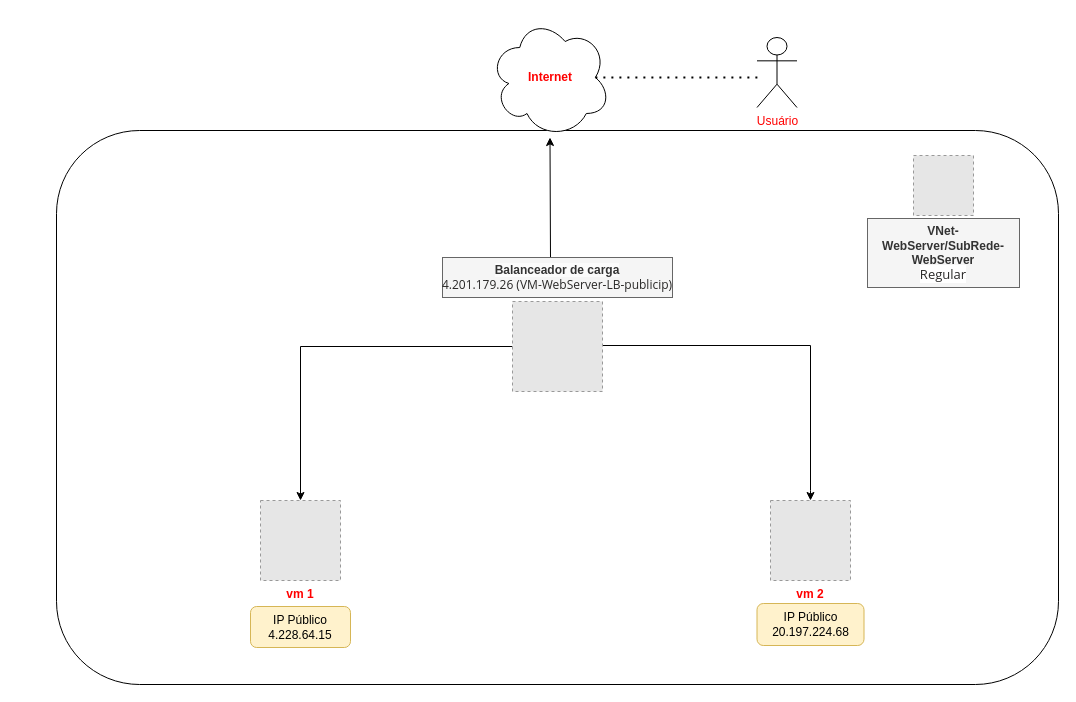
The draw.io diagram vms.drawio in gabponch/vms, before the edit. Source tidied: cells renumbered, new cells numbered last; positions are measured from the earlier drawing's top-left corner, leaving out a move shared by most shapes. Both pictures are drawn from the tidied source at 100%, with x=0, y=0 at pixel (56, 17). Pictures stored in the file or linked from it are replaced by grey dashed boxes.
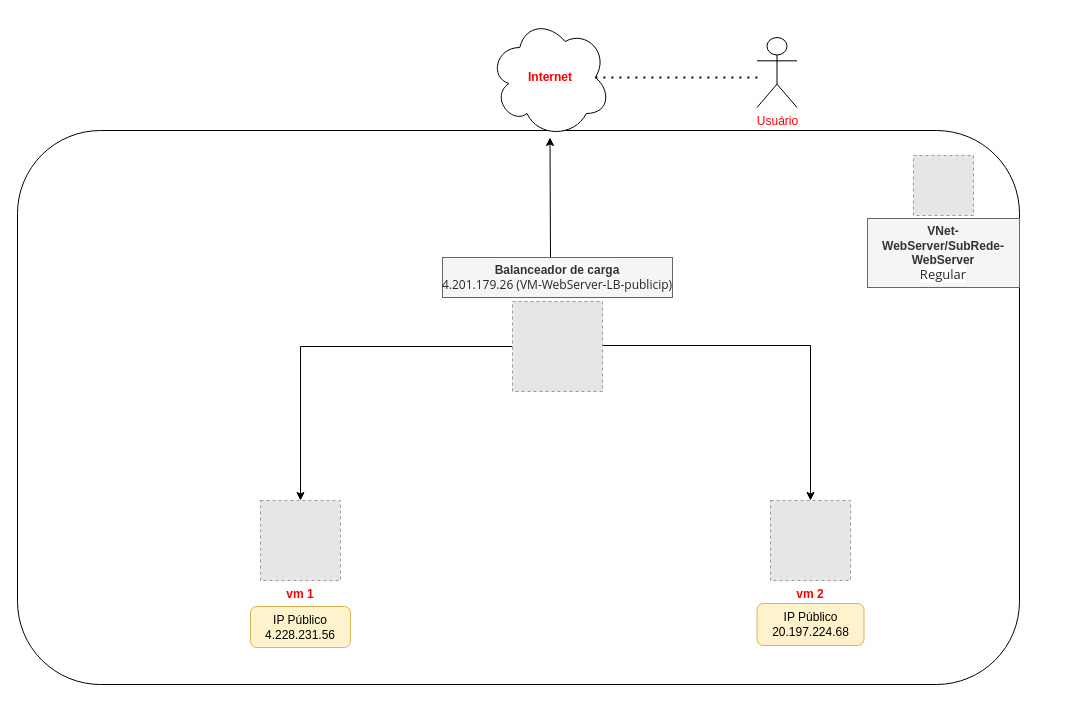
Above is the later version.

The edit, as a diff of the source:
```diff
@@
     <mxCell id="2" style="rounded=1;whiteSpace=wrap;html=1;" parent="1" vertex="1">
-      <mxGeometry y="113" width="1002" height="554" as="geometry" />
+      <mxGeometry x="-39" y="113" width="1002" height="554" as="geometry" />
     </mxCell>
@@
-    <mxCell id="12" value="IP Público&lt;br&gt;4.228.64.15" style="text;html=1;align=center;verticalAlign=middle;whiteSpace=wrap;rounded=1;fillColor=#fff2cc;strokeColor=#d6b656;" parent="1" vertex="1">
+    <mxCell id="12" value="IP Público&lt;br&gt;4.228.231.56" style="text;html=1;align=center;verticalAlign=middle;whiteSpace=wrap;rounded=1;fillColor=#fff2cc;strokeColor=#d6b656;" parent="1" vertex="1">
       <mxGeometry x="194" y="589" width="100" height="41" as="geometry" />
     </mxCell>
```
